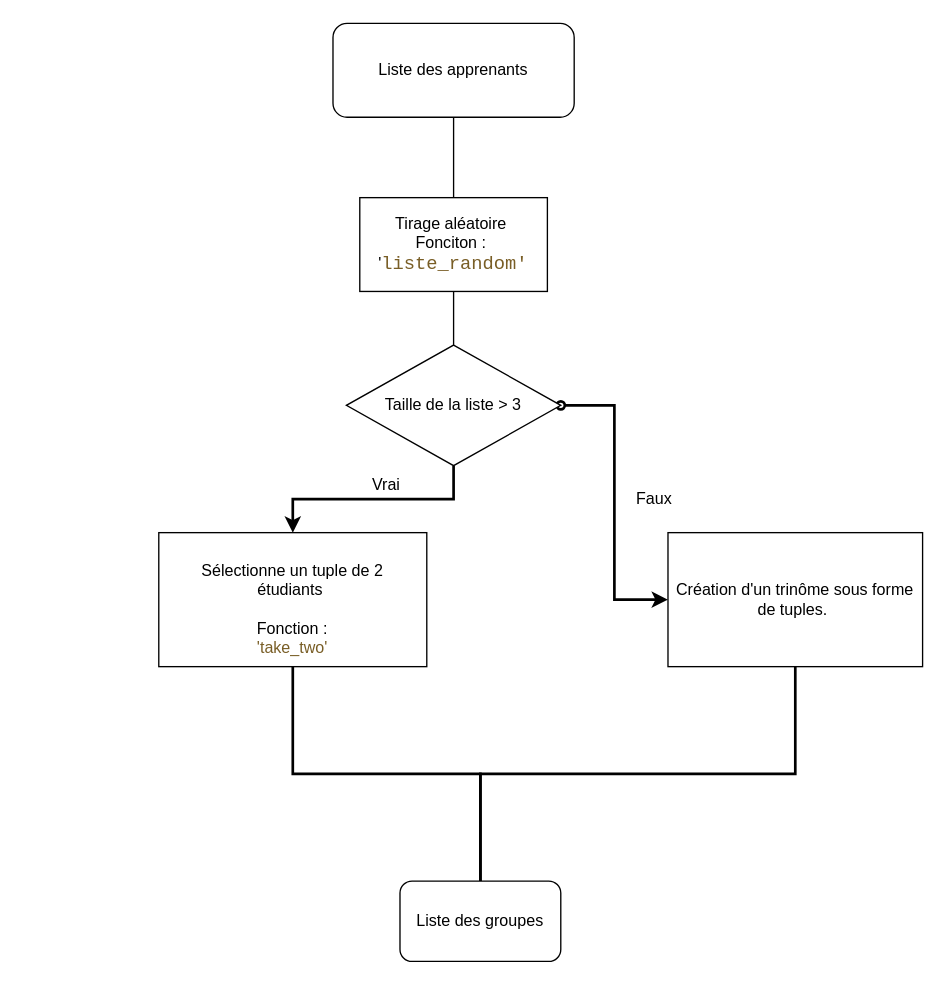
Before: page "Page-1" (1 of 2) of Diagramme Binomotron.drawio in julienAboutard/Binomotron, a draw.io diagram. Source tidied: cells renumbered, new cells numbered last; positions are measured from the earlier drawing's top-left corner, leaving out a move shared by most shapes. Both pictures are drawn from the tidied source at 134%, with x=0, y=0 at pixel (158, 23).
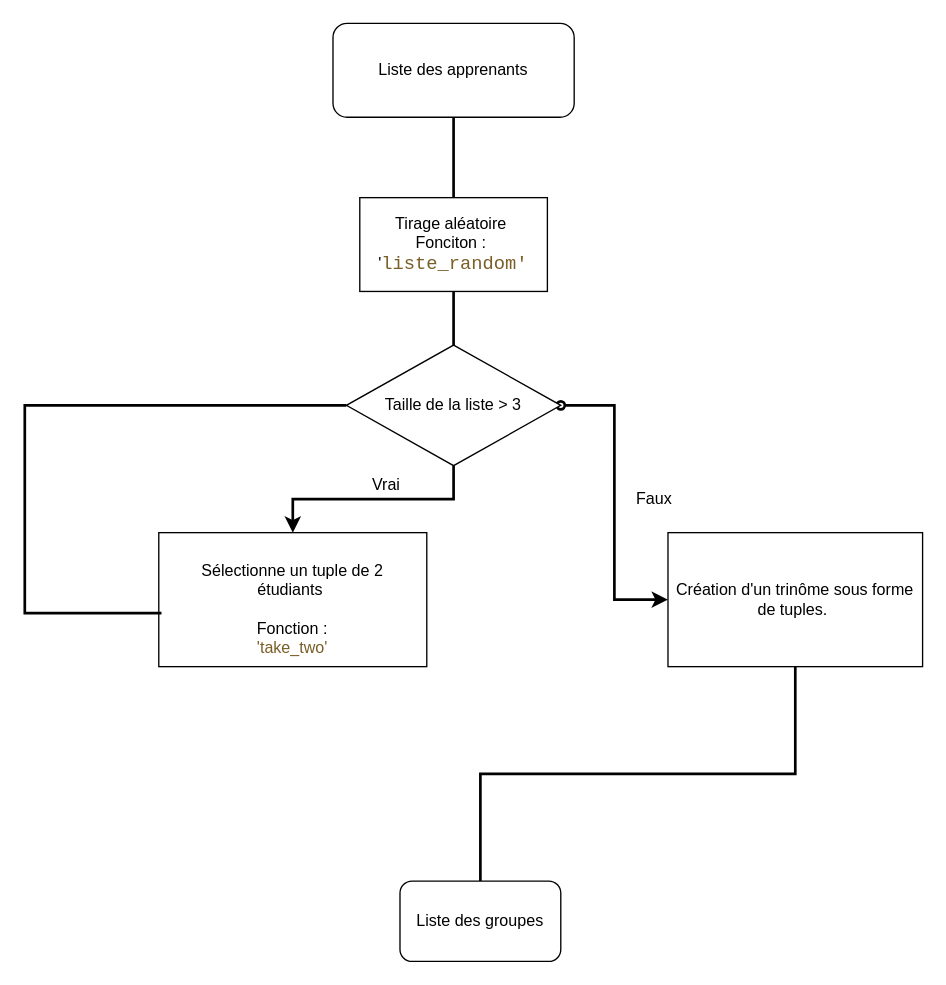
The same page after the edit.

Commit message:
Mettre à jour Diagramme Binomotron.drawio

Diff of the diagram source:
```diff
@@
 <mxGraphModel>
   <root>
     <mxCell id="0" />
     <mxCell id="1" parent="0" />
     <mxCell id="2" value="Liste des apprenants" style="rounded=1;whiteSpace=wrap;html=1;" parent="1" vertex="1">
       <mxGeometry x="130" width="180" height="70" as="geometry" />
     </mxCell>
-    <mxCell id="3" style="endArrow=none;html=1;rounded=0;exitX=0.5;exitY=0;exitDx=0;exitDy=0;" parent="1" edge="1">
+    <mxCell id="3" style="endArrow=none;html=1;rounded=0;exitX=0.5;exitY=0;exitDx=0;exitDy=0;strokeWidth=2;" parent="1" edge="1">
       <mxGeometry relative="1" as="geometry">
         <mxPoint x="220" y="130" as="sourcePoint" />
         <mxPoint x="220" y="70" as="targetPoint" />
       </mxGeometry>
     </mxCell>
     <mxCell id="4" value="Tirage aléatoire&amp;nbsp;&lt;br&gt;Fonciton :&amp;nbsp; '&lt;span style=&quot;color: rgb(121, 94, 38); background-color: rgb(255, 255, 255); font-family: Consolas, &amp;quot;Courier New&amp;quot;, monospace; font-size: 14px;&quot;&gt;liste_random'&lt;/span&gt;" style="rounded=0;whiteSpace=wrap;html=1;" parent="1" vertex="1">
       <mxGeometry x="150" y="130" width="140" height="70" as="geometry" />
     </mxCell>
     <mxCell id="5" style="edgeStyle=orthogonalEdgeStyle;rounded=0;jettySize=auto;html=1;entryX=0.5;entryY=0;entryDx=0;entryDy=0;startArrow=none;startFill=0;strokeWidth=2;" parent="1" edge="1" source="7" target="9">
       <mxGeometry relative="1" as="geometry" />
     </mxCell>
     <mxCell id="6" style="edgeStyle=orthogonalEdgeStyle;rounded=0;jettySize=auto;html=1;exitX=1;exitY=0.5;exitDx=0;exitDy=0;entryX=0;entryY=0.5;entryDx=0;entryDy=0;fontColor=#795E26;startArrow=oval;startFill=0;strokeWidth=2;" parent="1" edge="1" source="7" target="14">
       <mxGeometry relative="1" as="geometry" />
     </mxCell>
     <mxCell id="7" value="Taille de la liste &amp;gt; 3" style="rhombus;whiteSpace=wrap;html=1;" parent="1" vertex="1">
       <mxGeometry x="140" y="240" width="160" height="90" as="geometry" />
     </mxCell>
-    <mxCell id="8" style="edgeStyle=orthogonalEdgeStyle;rounded=0;jettySize=auto;html=1;strokeWidth=2;fontColor=#000000;startArrow=none;startFill=0;endArrow=none;endFill=0;" parent="1" edge="1" source="9" target="10">
-      <mxGeometry relative="1" as="geometry" />
-    </mxCell>
     <mxCell id="9" value="&lt;br&gt;Sélectionne un tuple de 2&lt;br&gt;étudiants&amp;nbsp;&lt;br&gt;&lt;br&gt;Fonction :&lt;br&gt;&lt;font color=&quot;#795e26&quot;&gt;'take_two'&lt;/font&gt;" style="rounded=0;whiteSpace=wrap;html=1;" parent="1" vertex="1">
       <mxGeometry y="380" width="200" height="100" as="geometry" />
     </mxCell>
     <mxCell id="10" value="Liste des groupes" style="rounded=1;whiteSpace=wrap;html=1;" parent="1" vertex="1">
       <mxGeometry x="180" y="640" width="120" height="60" as="geometry" />
     </mxCell>
-    <mxCell id="11" style="endArrow=none;html=1;rounded=0;entryX=0.5;entryY=1;entryDx=0;entryDy=0;exitX=0.5;exitY=0;exitDx=0;exitDy=0;" parent="1" edge="1" source="7" target="4">
+    <mxCell id="11" style="endArrow=none;html=1;rounded=0;entryX=0.5;entryY=1;entryDx=0;entryDy=0;exitX=0.5;exitY=0;exitDx=0;exitDy=0;strokeWidth=2;" parent="1" edge="1" source="7" target="4">
       <mxGeometry relative="1" as="geometry" />
     </mxCell>
     <mxCell id="12" value="Vrai" style="text;html=1;strokeColor=none;fillColor=none;align=center;verticalAlign=middle;whiteSpace=wrap;rounded=0;" parent="1" vertex="1">
       <mxGeometry x="140" y="330" width="60" height="30" as="geometry" />
     </mxCell>
     <mxCell id="13" style="edgeStyle=orthogonalEdgeStyle;rounded=0;jettySize=auto;html=1;exitX=0.5;exitY=1;exitDx=0;exitDy=0;strokeWidth=2;fontColor=#000000;startArrow=none;startFill=0;endArrow=none;endFill=0;" parent="1" edge="1" source="14" target="10">
       <mxGeometry relative="1" as="geometry" />
     </mxCell>
     <mxCell id="14" value="&lt;font color=&quot;#000000&quot;&gt;Création d'un trinôme sous forme de tuples.&amp;nbsp;&lt;/font&gt;" style="rounded=0;whiteSpace=wrap;html=1;fontColor=#795E26;" parent="1" vertex="1">
       <mxGeometry x="380" y="380" width="190" height="100" as="geometry" />
     </mxCell>
     <mxCell id="15" value="Faux" style="text;html=1;strokeColor=none;fillColor=none;align=center;verticalAlign=middle;whiteSpace=wrap;rounded=0;fontColor=#000000;" parent="1" vertex="1">
       <mxGeometry x="340" y="340" width="60" height="30" as="geometry" />
     </mxCell>
+    <mxCell id="16" style="endArrow=none;html=1;rounded=0;entryX=0.01;entryY=0.6;entryDx=0;entryDy=0;entryPerimeter=0;exitX=0;exitY=0.5;exitDx=0;exitDy=0;strokeWidth=2;" parent="1" edge="1" source="7" target="9">
+      <mxGeometry relative="1" as="geometry">
+        <Array as="points">
+          <mxPoint x="-100" y="285" />
+          <mxPoint x="-100" y="440" />
+          <mxPoint x="-20" y="440" />
+        </Array>
+      </mxGeometry>
+    </mxCell>
   </root>
 </mxGraphModel>
```
